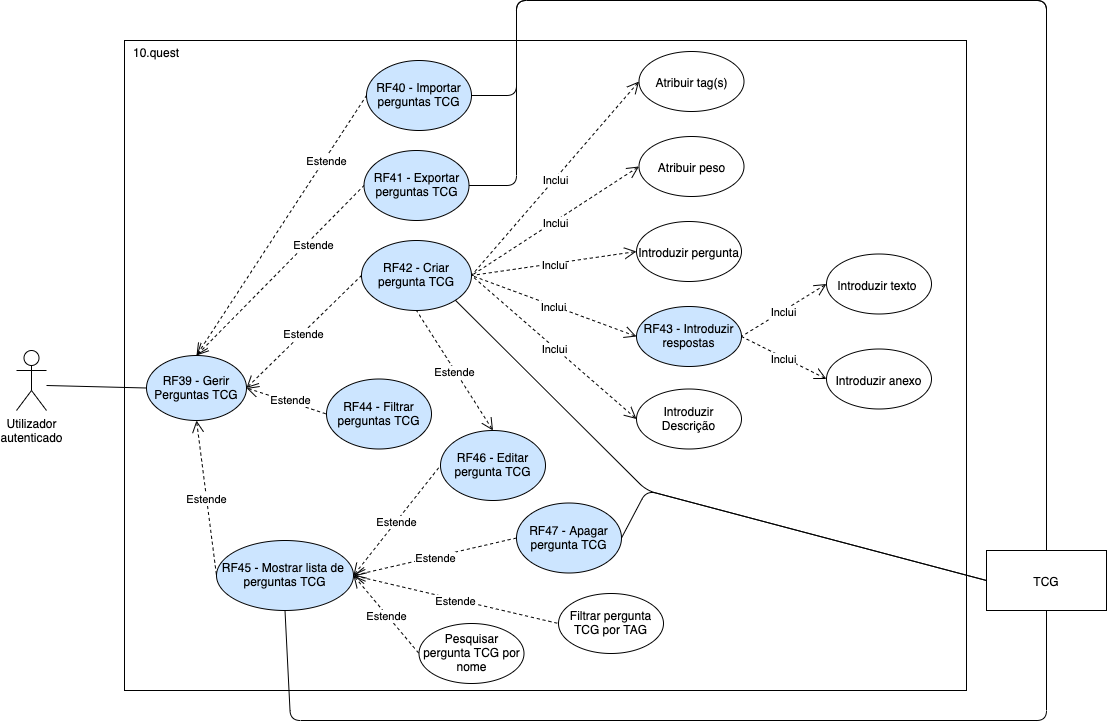
Before: img/rf/gerir-perguntas-tcg.png, a diagram exported from draw.io (BrunoGrifo/Tese). Source tidied: cells renumbered, new cells last; positions are measured from the earlier drawing's top-left corner, leaving out a move shared by most shapes.
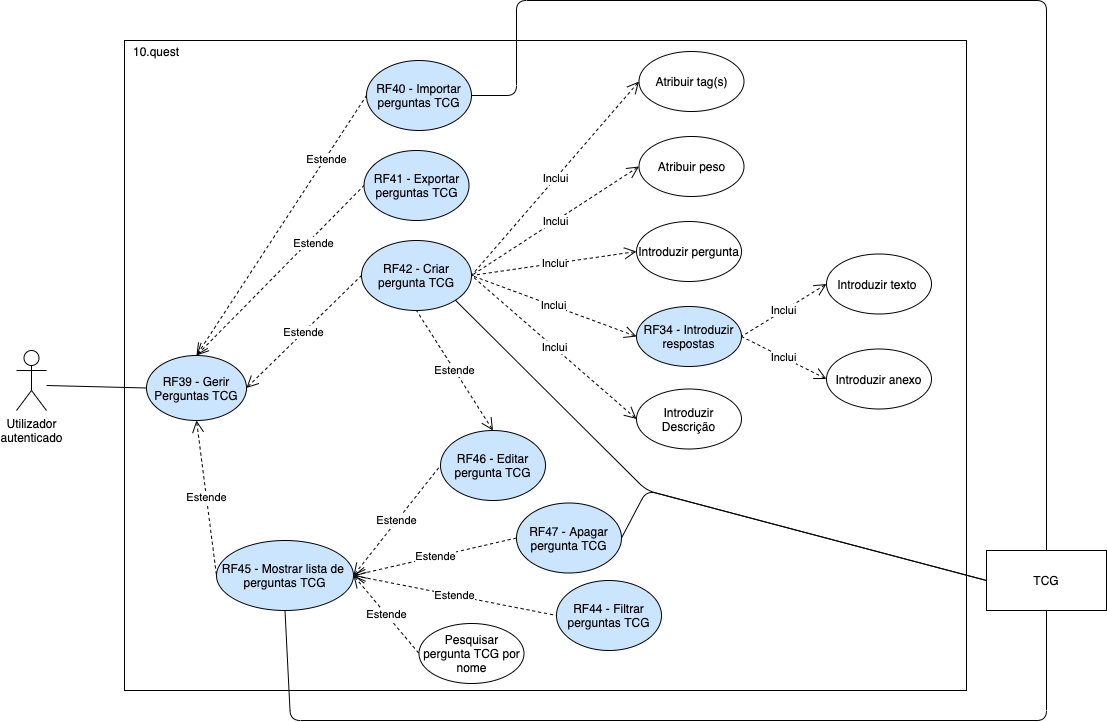
After the commit.

The edit, as a diff of the source:
```diff
@@ -61,15 +61,9 @@
     <mxCell id="20" value="Estende" style="endArrow=none;endSize=12;dashed=1;html=1;entryX=0;entryY=0.5;entryDx=0;entryDy=0;exitX=0.5;exitY=0;exitDx=0;exitDy=0;startArrow=open;startFill=0;endFill=0;startSize=10;" parent="1" edge="1" source="6" target="19">
       <mxGeometry x="0.36" y="-5" relative="1" as="geometry" />
     </mxCell>
-    <mxCell id="21" value="RF44 - Filtrar perguntas TCG" style="ellipse;whiteSpace=wrap;html=1;fillColor=#CCE5FF;" parent="1" vertex="1">
-      <mxGeometry x="310" y="378.5" width="105" height="70" as="geometry" />
-    </mxCell>
     <mxCell id="22" value="Atribuir tag(s)" style="ellipse;whiteSpace=wrap;html=1;" parent="1" vertex="1">
       <mxGeometry x="622.5" y="51" width="105" height="60" as="geometry" />
     </mxCell>
-    <mxCell id="23" value="Estende" style="endArrow=none;endSize=12;dashed=1;html=1;entryX=0;entryY=0.5;entryDx=0;entryDy=0;exitX=1;exitY=0.5;exitDx=0;exitDy=0;startArrow=open;startFill=0;endFill=0;startSize=10;" parent="1" edge="1" source="6" target="21">
-      <mxGeometry x="0.06" y="4" relative="1" as="geometry" />
-    </mxCell>
     <mxCell id="24" value="Introduzir pergunta" style="ellipse;whiteSpace=wrap;html=1;" parent="1" vertex="1">
       <mxGeometry x="620" y="221" width="105" height="60" as="geometry" />
     </mxCell>
@@ -79,7 +73,7 @@
     <mxCell id="26" value="Introduzir anexo" style="ellipse;whiteSpace=wrap;html=1;" parent="1" vertex="1">
       <mxGeometry x="810" y="348.5" width="105" height="60" as="geometry" />
     </mxCell>
-    <mxCell id="27" value="RF43 - Introduzir respostas" style="ellipse;whiteSpace=wrap;html=1;fillColor=#CCE5FF;" parent="1" vertex="1">
+    <mxCell id="27" value="RF34 - Introduzir respostas" style="ellipse;whiteSpace=wrap;html=1;fillColor=#CCE5FF;" parent="1" vertex="1">
       <mxGeometry x="620" y="306" width="105" height="60" as="geometry" />
     </mxCell>
     <mxCell id="28" value="Inclui" style="endArrow=none;endSize=12;dashed=1;html=1;exitX=0;exitY=0.5;exitDx=0;exitDy=0;entryX=1;entryY=0.5;entryDx=0;entryDy=0;startArrow=open;startFill=0;endFill=0;startSize=10;" parent="1" edge="1" source="25" target="27">
@@ -137,15 +131,6 @@
         </Array>
       </mxGeometry>
     </mxCell>
-    <mxCell id="42" style="endArrow=none;html=1;entryX=0.5;entryY=0;entryDx=0;entryDy=0;exitX=1;exitY=0.5;exitDx=0;exitDy=0;" parent="1" edge="1" source="19" target="38">
-      <mxGeometry relative="1" as="geometry">
-        <Array as="points">
-          <mxPoint x="500" y="185" />
-          <mxPoint x="500" />
-          <mxPoint x="1030" />
-        </Array>
-      </mxGeometry>
-    </mxCell>
     <mxCell id="43" style="endArrow=none;html=1;entryX=0.5;entryY=0;entryDx=0;entryDy=0;exitX=1;exitY=0.5;exitDx=0;exitDy=0;" parent="1" edge="1" source="18" target="38">
       <mxGeometry relative="1" as="geometry">
         <Array as="points">
@@ -155,11 +140,11 @@
         </Array>
       </mxGeometry>
     </mxCell>
-    <mxCell id="44" value="Filtrar pergunta TCG por TAG" style="ellipse;whiteSpace=wrap;html=1;" parent="1" vertex="1">
-      <mxGeometry x="542" y="593" width="105" height="60" as="geometry" />
-    </mxCell>
-    <mxCell id="45" value="Estende" style="endArrow=none;endSize=12;dashed=1;html=1;entryX=0;entryY=0.5;entryDx=0;entryDy=0;exitX=1;exitY=0.5;exitDx=0;exitDy=0;startArrow=open;startFill=0;endFill=0;startSize=10;" parent="1" edge="1" source="7" target="44">
+    <mxCell id="45" value="Estende" style="endArrow=none;endSize=12;dashed=1;html=1;entryX=0;entryY=0.5;entryDx=0;entryDy=0;exitX=1;exitY=0.5;exitDx=0;exitDy=0;startArrow=open;startFill=0;endFill=0;startSize=10;" parent="1" edge="1" source="7" target="21">
       <mxGeometry relative="1" as="geometry" />
     </mxCell>
+    <mxCell id="21" value="RF44 - Filtrar perguntas TCG" style="ellipse;whiteSpace=wrap;html=1;fillColor=#CCE5FF;" parent="1" vertex="1">
+      <mxGeometry x="540" y="580" width="105" height="70" as="geometry" />
+    </mxCell>
   </root>
 </mxGraphModel>
```
